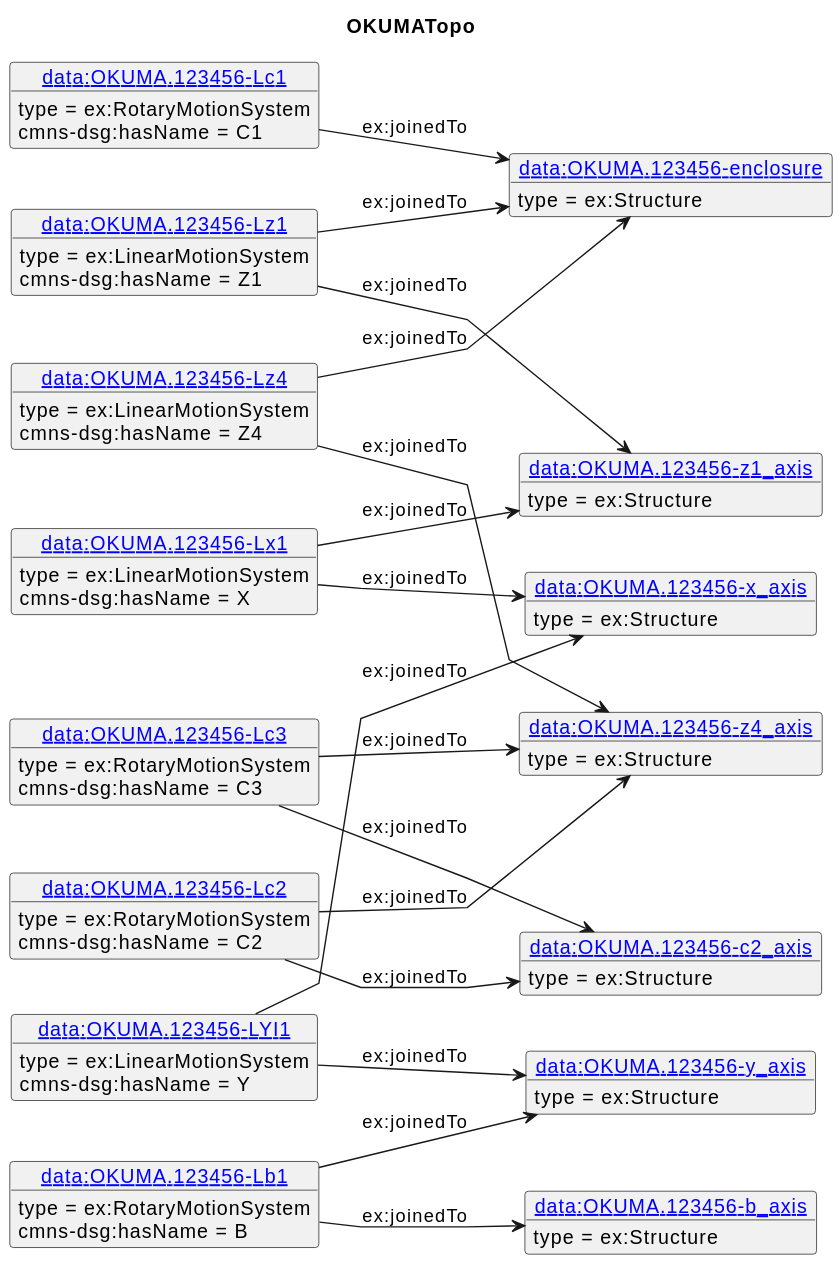
The PlantUML diagram diagrams/OKUMATopo.svg in iofoundry/example-syseng-mtconnect, before a commit.
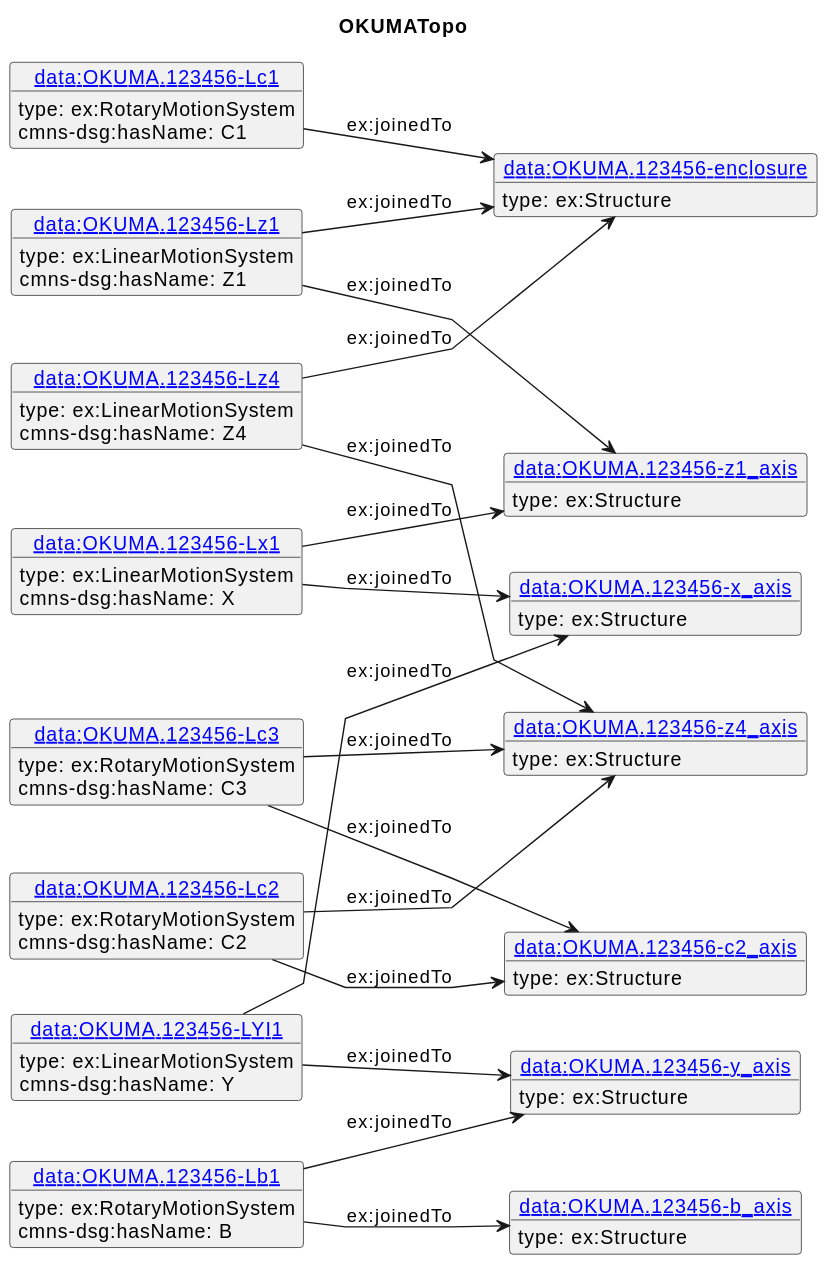
The same diagram one commit later.

What changed in the source:
```diff
@@ -3,71 +3,71 @@
 left to right direction
 title OKUMATopo
 object "[[./OKUMA.123456-Lx1.html data:OKUMA.123456-Lx1]]" as o1 {
- type = ex:LinearMotionSystem
- }
+ type: ex:LinearMotionSystem
+}
 object "[[./OKUMA.123456-z1_axis.html data:OKUMA.123456-z1_axis]]" as o2 {
- type = ex:Structure
- }
+ type: ex:Structure
+}
 object "[[./OKUMA.123456-x_axis.html data:OKUMA.123456-x_axis]]" as o3 {
- type = ex:Structure
- }
+ type: ex:Structure
+}
 object "[[./OKUMA.123456-LYI1.html data:OKUMA.123456-LYI1]]" as o4 {
- type = ex:LinearMotionSystem
- }
+ type: ex:LinearMotionSystem
+}
 object "[[./OKUMA.123456-y_axis.html data:OKUMA.123456-y_axis]]" as o5 {
- type = ex:Structure
- }
+ type: ex:Structure
+}
 object "[[./OKUMA.123456-Lz1.html data:OKUMA.123456-Lz1]]" as o6 {
- type = ex:LinearMotionSystem
- }
+ type: ex:LinearMotionSystem
+}
 object "[[./OKUMA.123456-enclosure.html data:OKUMA.123456-enclosure]]" as o7 {
- type = ex:Structure
- }
+ type: ex:Structure
+}
 object "[[./OKUMA.123456-Lb1.html data:OKUMA.123456-Lb1]]" as o8 {
- type = ex:RotaryMotionSystem
- }
+ type: ex:RotaryMotionSystem
+}
 object "[[./OKUMA.123456-b_axis.html data:OKUMA.123456-b_axis]]" as o9 {
- type = ex:Structure
- }
+ type: ex:Structure
+}
 object "[[./OKUMA.123456-Lc1.html data:OKUMA.123456-Lc1]]" as o10 {
- type = ex:RotaryMotionSystem
- }
+ type: ex:RotaryMotionSystem
+}
 object "[[./OKUMA.123456-Lz4.html data:OKUMA.123456-Lz4]]" as o11 {
- type = ex:LinearMotionSystem
- }
+ type: ex:LinearMotionSystem
+}
 object "[[./OKUMA.123456-z4_axis.html data:OKUMA.123456-z4_axis]]" as o12 {
- type = ex:Structure
- }
+ type: ex:Structure
+}
 object "[[./OKUMA.123456-Lc2.html data:OKUMA.123456-Lc2]]" as o13 {
- type = ex:RotaryMotionSystem
- }
+ type: ex:RotaryMotionSystem
+}
 object "[[./OKUMA.123456-c2_axis.html data:OKUMA.123456-c2_axis]]" as o14 {
- type = ex:Structure
- }
+ type: ex:Structure
+}
 object "[[./OKUMA.123456-Lc3.html data:OKUMA.123456-Lc3]]" as o15 {
- type = ex:RotaryMotionSystem
- }
+ type: ex:RotaryMotionSystem
+}
 o1 --> o2 : ex:joinedTo
-o1 : cmns-dsg:hasName = X
+o1 : cmns-dsg:hasName: X
 o1 --> o3 : ex:joinedTo
 o4 --> o3 : ex:joinedTo
-o4 : cmns-dsg:hasName = Y
+o4 : cmns-dsg:hasName: Y
 o4 --> o5 : ex:joinedTo
 o6 --> o7 : ex:joinedTo
-o6 : cmns-dsg:hasName = Z1
+o6 : cmns-dsg:hasName: Z1
 o6 --> o2 : ex:joinedTo
 o8 --> o5 : ex:joinedTo
-o8 : cmns-dsg:hasName = B
+o8 : cmns-dsg:hasName: B
 o8 --> o9 : ex:joinedTo
 o10 --> o7 : ex:joinedTo
-o10 : cmns-dsg:hasName = C1
+o10 : cmns-dsg:hasName: C1
 o11 --> o7 : ex:joinedTo
-o11 : cmns-dsg:hasName = Z4
+o11 : cmns-dsg:hasName: Z4
 o11 --> o12 : ex:joinedTo
 o13 --> o12 : ex:joinedTo
-o13 : cmns-dsg:hasName = C2
+o13 : cmns-dsg:hasName: C2
 o13 --> o14 : ex:joinedTo
 o15 --> o12 : ex:joinedTo
-o15 : cmns-dsg:hasName = C3
+o15 : cmns-dsg:hasName: C3
 o15 --> o14 : ex:joinedTo
 @enduml
```
